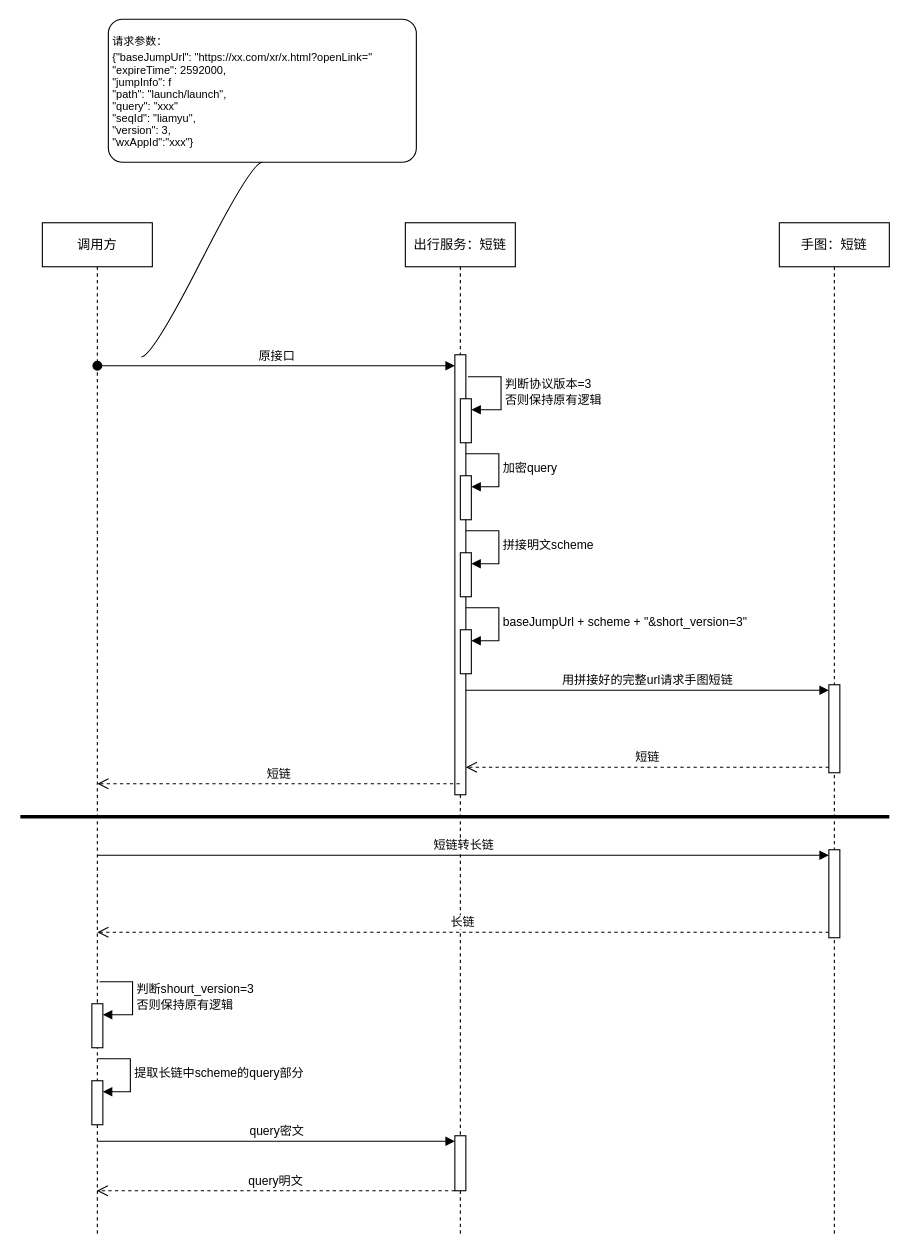
wangziji/graphics keeps this draw.io diagram as 微信短链.drawio. Above is the earlier version. Source tidied: cells renumbered, new cells numbered last; positions are measured from the earlier drawing's top-left corner, leaving out a move shared by most shapes. Both pictures are drawn from the tidied source at 110%, with x=0, y=0 at pixel (20, 19).
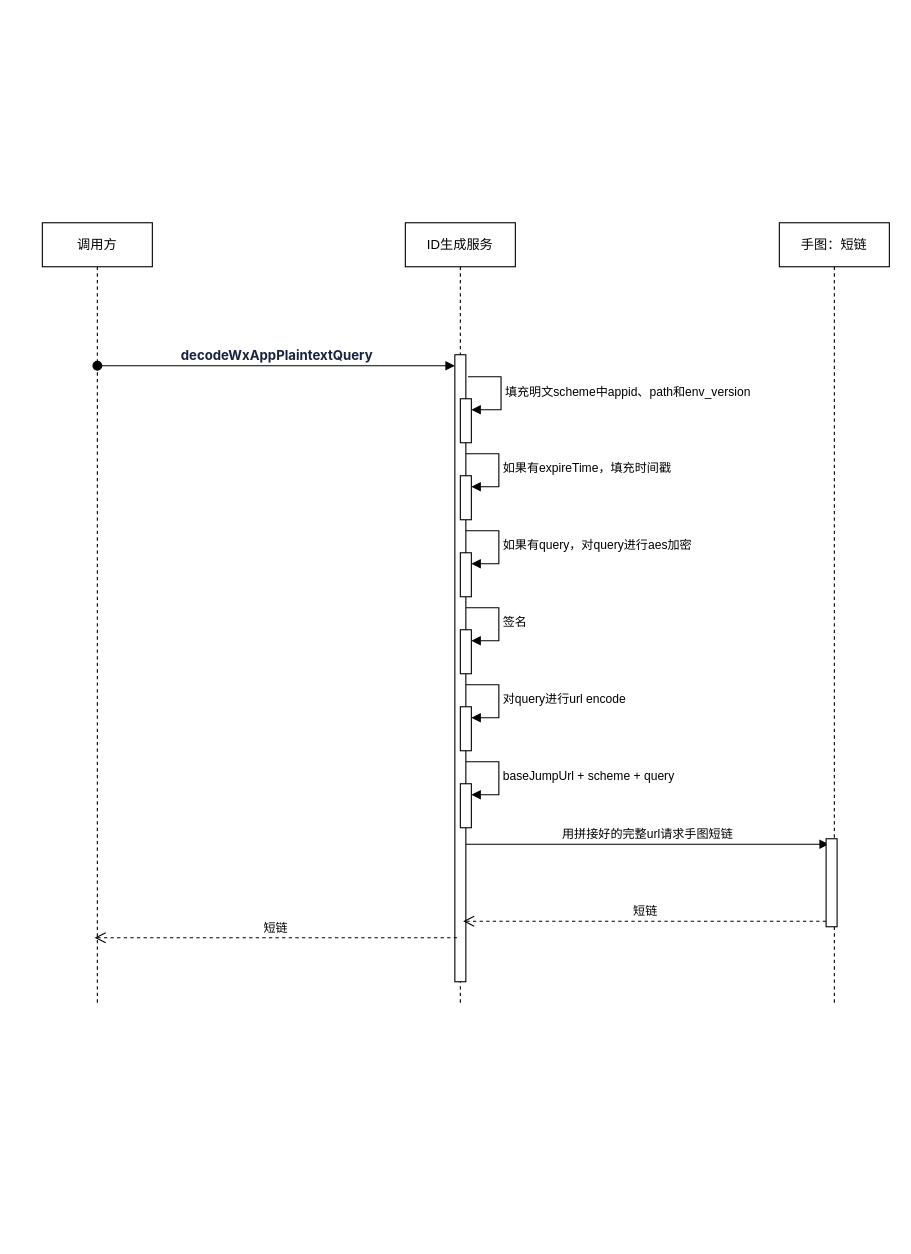
The same page after the edit.

Commit message:
更新微信短链.drawio

Unchanged cells that the change refers to:
```xml
<mxCell id="9" style="html=1;points=[[0,0,0,0,5],[0,1,0,0,-5],[1,0,0,0,5],[1,1,0,0,-5]];perimeter=orthogonalPerimeter;outlineConnect=0;targetShapes=umlLifeline;portConstraint=eastwest;newEdgeStyle={&quot;curved&quot;:0,&quot;rounded&quot;:0};" parent="7" vertex="1">
  <mxGeometry x="50" y="160" width="10" height="40" as="geometry" />
</mxCell>
<mxCell id="11" style="html=1;points=[[0,0,0,0,5],[0,1,0,0,-5],[1,0,0,0,5],[1,1,0,0,-5]];perimeter=orthogonalPerimeter;outlineConnect=0;targetShapes=umlLifeline;portConstraint=eastwest;newEdgeStyle={&quot;curved&quot;:0,&quot;rounded&quot;:0};" parent="7" vertex="1">
  <mxGeometry x="50" y="230" width="10" height="40" as="geometry" />
</mxCell>
<mxCell id="13" style="html=1;points=[[0,0,0,0,5],[0,1,0,0,-5],[1,0,0,0,5],[1,1,0,0,-5]];perimeter=orthogonalPerimeter;outlineConnect=0;targetShapes=umlLifeline;portConstraint=eastwest;newEdgeStyle={&quot;curved&quot;:0,&quot;rounded&quot;:0};" parent="7" vertex="1">
  <mxGeometry x="50" y="300" width="10" height="40" as="geometry" />
</mxCell>
```

What changed in the source:
```diff
@@
     <mxCell id="2" value="调用方" style="shape=umlLifeline;perimeter=lifelinePerimeter;whiteSpace=wrap;html=1;outlineConnect=0;portConstraint=eastwest;newEdgeStyle={&quot;edgeStyle&quot;:&quot;elbowEdgeStyle&quot;,&quot;elbow&quot;:&quot;vertical&quot;,&quot;curved&quot;:0,&quot;rounded&quot;:0};" parent="1" vertex="1">
-      <mxGeometry x="20" y="185" width="100" height="920" as="geometry" />
+      <mxGeometry x="20" y="185" width="100" height="710" as="geometry" />
     </mxCell>
-    <mxCell id="3" style="html=1;points=[[0,0,0,0,5],[0,1,0,0,-5],[1,0,0,0,5],[1,1,0,0,-5]];perimeter=orthogonalPerimeter;outlineConnect=0;targetShapes=umlLifeline;portConstraint=eastwest;newEdgeStyle={&quot;curved&quot;:0,&quot;rounded&quot;:0};" parent="2" vertex="1">
-      <mxGeometry x="45" y="710" width="10" height="40" as="geometry" />
-    </mxCell>
-    <mxCell id="4" value="判断shourt_version=3&lt;div&gt;否则保持原有逻辑&lt;/div&gt;" style="html=1;align=left;spacingLeft=2;endArrow=block;rounded=0;edgeStyle=orthogonalEdgeStyle;curved=0;rounded=0;" parent="2" edge="1" target="3">
-      <mxGeometry relative="1" as="geometry">
-        <mxPoint x="52" y="690" as="sourcePoint" />
-        <Array as="points">
-          <mxPoint x="82" y="720" />
-        </Array>
-      </mxGeometry>
-    </mxCell>
-    <mxCell id="5" style="html=1;points=[[0,0,0,0,5],[0,1,0,0,-5],[1,0,0,0,5],[1,1,0,0,-5]];perimeter=orthogonalPerimeter;outlineConnect=0;targetShapes=umlLifeline;portConstraint=eastwest;newEdgeStyle={&quot;curved&quot;:0,&quot;rounded&quot;:0};" parent="2" vertex="1">
-      <mxGeometry x="45" y="780" width="10" height="40" as="geometry" />
-    </mxCell>
-    <mxCell id="6" value="提取长链中scheme的query部分" style="html=1;align=left;spacingLeft=2;endArrow=block;rounded=0;edgeStyle=orthogonalEdgeStyle;curved=0;rounded=0;" parent="2" edge="1" target="5">
-      <mxGeometry relative="1" as="geometry">
-        <mxPoint x="50" y="760" as="sourcePoint" />
-        <Array as="points">
-          <mxPoint x="80" y="790" />
-        </Array>
-      </mxGeometry>
-    </mxCell>
-    <mxCell id="7" value="出行服务：短链" style="shape=umlLifeline;perimeter=lifelinePerimeter;whiteSpace=wrap;html=1;outlineConnect=0;portConstraint=eastwest;newEdgeStyle={&quot;edgeStyle&quot;:&quot;elbowEdgeStyle&quot;,&quot;elbow&quot;:&quot;vertical&quot;,&quot;curved&quot;:0,&quot;rounded&quot;:0};" parent="1" vertex="1">
-      <mxGeometry x="350" y="185" width="100" height="920" as="geometry" />
+    <mxCell id="7" value="ID生成服务" style="shape=umlLifeline;perimeter=lifelinePerimeter;whiteSpace=wrap;html=1;outlineConnect=0;portConstraint=eastwest;newEdgeStyle={&quot;edgeStyle&quot;:&quot;elbowEdgeStyle&quot;,&quot;elbow&quot;:&quot;vertical&quot;,&quot;curved&quot;:0,&quot;rounded&quot;:0};" parent="1" vertex="1">
+      <mxGeometry x="350" y="185" width="100" height="710" as="geometry" />
     </mxCell>
     <mxCell id="8" style="html=1;points=[];perimeter=orthogonalPerimeter;outlineConnect=0;targetShapes=umlLifeline;portConstraint=eastwest;newEdgeStyle={&quot;edgeStyle&quot;:&quot;elbowEdgeStyle&quot;,&quot;elbow&quot;:&quot;vertical&quot;,&quot;curved&quot;:0,&quot;rounded&quot;:0};" parent="7" vertex="1">
-      <mxGeometry x="45" y="120" width="10" height="400" as="geometry" />
+      <mxGeometry x="45" y="120" width="10" height="570" as="geometry" />
     </mxCell>
@@
-    <mxCell id="10" value="判断协议版本=3&lt;div&gt;否则保持原有逻辑&lt;/div&gt;" style="html=1;align=left;spacingLeft=2;endArrow=block;rounded=0;edgeStyle=orthogonalEdgeStyle;curved=0;rounded=0;" parent="7" edge="1" target="9">
-      <mxGeometry relative="1" as="geometry">
+    <mxCell id="10" value="填充明文scheme中appid、path和env_version" style="html=1;align=left;spacingLeft=2;endArrow=block;rounded=0;edgeStyle=orthogonalEdgeStyle;curved=0;rounded=0;" parent="7" edge="1" target="9">
+      <mxGeometry x="0.01" relative="1" as="geometry">
         <mxPoint x="57" y="140" as="sourcePoint" />
         <Array as="points">
           <mxPoint x="87" y="170" />
         </Array>
       </mxGeometry>
     </mxCell>
@@
-    <mxCell id="12" value="加密query" style="html=1;align=left;spacingLeft=2;endArrow=block;rounded=0;edgeStyle=orthogonalEdgeStyle;curved=0;rounded=0;" parent="7" edge="1" target="11">
+    <mxCell id="12" value="如果有expireTime，填充时间戳" style="html=1;align=left;spacingLeft=2;endArrow=block;rounded=0;edgeStyle=orthogonalEdgeStyle;curved=0;rounded=0;" parent="7" edge="1" target="11">
       <mxGeometry relative="1" as="geometry">
         <mxPoint x="55" y="210" as="sourcePoint" />
         <Array as="points">
           <mxPoint x="85" y="240" />
         </Array>
       </mxGeometry>
     </mxCell>
@@
-    <mxCell id="14" value="拼接明文scheme" style="html=1;align=left;spacingLeft=2;endArrow=block;rounded=0;edgeStyle=orthogonalEdgeStyle;curved=0;rounded=0;" parent="7" edge="1" target="13">
+    <mxCell id="14" value="如果有query，对query进行aes加密" style="html=1;align=left;spacingLeft=2;endArrow=block;rounded=0;edgeStyle=orthogonalEdgeStyle;curved=0;rounded=0;" parent="7" edge="1" target="13">
       <mxGeometry relative="1" as="geometry">
         <mxPoint x="55" y="280" as="sourcePoint" />
         <Array as="points">
           <mxPoint x="85" y="310" />
         </Array>
       </mxGeometry>
     </mxCell>
+    <mxCell id="32" style="html=1;points=[[0,0,0,0,5],[0,1,0,0,-5],[1,0,0,0,5],[1,1,0,0,-5]];perimeter=orthogonalPerimeter;outlineConnect=0;targetShapes=umlLifeline;portConstraint=eastwest;newEdgeStyle={&quot;curved&quot;:0,&quot;rounded&quot;:0};" parent="7" vertex="1">
+      <mxGeometry x="50" y="370" width="10" height="40" as="geometry" />
+    </mxCell>
+    <mxCell id="33" value="签名" style="html=1;align=left;spacingLeft=2;endArrow=block;rounded=0;edgeStyle=orthogonalEdgeStyle;curved=0;rounded=0;" parent="7" edge="1" target="32">
+      <mxGeometry relative="1" as="geometry">
+        <mxPoint x="55" y="350" as="sourcePoint" />
+        <Array as="points">
+          <mxPoint x="85" y="380" />
+        </Array>
+      </mxGeometry>
+    </mxCell>
+    <mxCell id="34" style="html=1;points=[[0,0,0,0,5],[0,1,0,0,-5],[1,0,0,0,5],[1,1,0,0,-5]];perimeter=orthogonalPerimeter;outlineConnect=0;targetShapes=umlLifeline;portConstraint=eastwest;newEdgeStyle={&quot;curved&quot;:0,&quot;rounded&quot;:0};" parent="7" vertex="1">
+      <mxGeometry x="50" y="440" width="10" height="40" as="geometry" />
+    </mxCell>
+    <mxCell id="35" value="对query进行url encode" style="html=1;align=left;spacingLeft=2;endArrow=block;rounded=0;edgeStyle=orthogonalEdgeStyle;curved=0;rounded=0;" parent="7" edge="1" target="34">
+      <mxGeometry relative="1" as="geometry">
+        <mxPoint x="55" y="420" as="sourcePoint" />
+        <Array as="points">
+          <mxPoint x="85" y="450" />
+        </Array>
+      </mxGeometry>
+    </mxCell>
     <mxCell id="15" style="html=1;points=[[0,0,0,0,5],[0,1,0,0,-5],[1,0,0,0,5],[1,1,0,0,-5]];perimeter=orthogonalPerimeter;outlineConnect=0;targetShapes=umlLifeline;portConstraint=eastwest;newEdgeStyle={&quot;curved&quot;:0,&quot;rounded&quot;:0};" parent="7" vertex="1">
-      <mxGeometry x="50" y="370" width="10" height="40" as="geometry" />
+      <mxGeometry x="50" y="510" width="10" height="40" as="geometry" />
     </mxCell>
-    <mxCell id="16" value="baseJumpUrl + scheme + &quot;&amp;amp;short_version=3&quot;" style="html=1;align=left;spacingLeft=2;endArrow=block;rounded=0;edgeStyle=orthogonalEdgeStyle;curved=0;rounded=0;" parent="7" edge="1" target="15">
-      <mxGeometry relative="1" as="geometry">
-        <mxPoint x="55" y="350" as="sourcePoint" />
+    <mxCell id="16" value="baseJumpUrl + scheme + query" style="html=1;align=left;spacingLeft=2;endArrow=block;rounded=0;edgeStyle=orthogonalEdgeStyle;curved=0;rounded=0;" parent="7" edge="1" target="15">
+      <mxGeometry x="0.01" relative="1" as="geometry">
+        <mxPoint x="55" y="490" as="sourcePoint" />
         <Array as="points">
-          <mxPoint x="85" y="380" />
+          <mxPoint x="85" y="520" />
         </Array>
       </mxGeometry>
     </mxCell>
-    <mxCell id="17" style="html=1;points=[[0,0,0,0,5],[0,1,0,0,-5],[1,0,0,0,5],[1,1,0,0,-5]];perimeter=orthogonalPerimeter;outlineConnect=0;targetShapes=umlLifeline;portConstraint=eastwest;newEdgeStyle={&quot;curved&quot;:0,&quot;rounded&quot;:0};" parent="7" vertex="1">
-      <mxGeometry x="45" y="830" width="10" height="50" as="geometry" />
-    </mxCell>
+    <mxCell id="24" value="用拼接好的完整url请求手图短链" style="html=1;verticalAlign=bottom;endArrow=block;curved=0;rounded=0;entryX=0;entryY=0;entryDx=0;entryDy=5;" parent="7" edge="1">
+      <mxGeometry relative="1" as="geometry">
+        <mxPoint x="55" y="565" as="sourcePoint" />
+        <mxPoint x="385" y="565" as="targetPoint" />
+      </mxGeometry>
+    </mxCell>
     <mxCell id="18" value="手图：短链" style="shape=umlLifeline;perimeter=lifelinePerimeter;whiteSpace=wrap;html=1;newEdgeStyle={&quot;edgeStyle&quot;:&quot;elbowEdgeStyle&quot;,&quot;elbow&quot;:&quot;vertical&quot;,&quot;curved&quot;:0,&quot;rounded&quot;:0};" parent="1" vertex="1">
-      <mxGeometry x="690" y="185" width="100" height="920" as="geometry" />
+      <mxGeometry x="690" y="185" width="100" height="710" as="geometry" />
     </mxCell>
     <mxCell id="19" style="html=1;points=[[0,0,0,0,5],[0,1,0,0,-5],[1,0,0,0,5],[1,1,0,0,-5]];perimeter=orthogonalPerimeter;outlineConnect=0;targetShapes=umlLifeline;portConstraint=eastwest;newEdgeStyle={&quot;curved&quot;:0,&quot;rounded&quot;:0};" parent="18" vertex="1">
-      <mxGeometry x="45" y="420" width="10" height="80" as="geometry" />
+      <mxGeometry x="42.5" y="560" width="10" height="80" as="geometry" />
     </mxCell>
-    <mxCell id="20" style="html=1;points=[[0,0,0,0,5],[0,1,0,0,-5],[1,0,0,0,5],[1,1,0,0,-5]];perimeter=orthogonalPerimeter;outlineConnect=0;targetShapes=umlLifeline;portConstraint=eastwest;newEdgeStyle={&quot;curved&quot;:0,&quot;rounded&quot;:0};" parent="18" vertex="1">
-      <mxGeometry x="45" y="570" width="10" height="80" as="geometry" />
-    </mxCell>
-    <mxCell id="21" value="原接口" style="html=1;verticalAlign=bottom;startArrow=oval;endArrow=block;startSize=8;edgeStyle=elbowEdgeStyle;elbow=vertical;curved=0;rounded=0;" parent="1" edge="1" target="8">
-      <mxGeometry relative="1" as="geometry">
-        <mxPoint x="70" y="315" as="sourcePoint" />
-      </mxGeometry>
-    </mxCell>
-    <mxCell id="22" value="&lt;font style=&quot;font-size: 10px;&quot;&gt;请求参数：&lt;br&gt;{&lt;span style=&quot;background-color: initial;&quot;&gt;&quot;baseJumpUrl&quot;: &quot;https://xx.com/xr/x.html?openLink=&quot;&lt;/span&gt;&lt;br&gt;&lt;/font&gt;&lt;p style=&quot;margin: 0px; font-variant-numeric: normal; font-variant-east-asian: normal; font-variant-alternates: normal; font-kerning: auto; font-optical-sizing: auto; font-feature-settings: normal; font-variation-settings: normal; font-variant-position: normal; font-stretch: normal; line-height: normal; font-size: 10px;&quot; class=&quot;p1&quot;&gt;&lt;font style=&quot;font-size: 10px;&quot;&gt;&quot;expireTime&quot;: 2592000,&lt;/font&gt;&lt;/p&gt;&lt;p style=&quot;margin: 0px; font-variant-numeric: normal; font-variant-east-asian: normal; font-variant-alternates: normal; font-kerning: auto; font-optical-sizing: auto; font-feature-settings: normal; font-variation-settings: normal; font-variant-position: normal; font-stretch: normal; line-height: normal; font-size: 10px;&quot; class=&quot;p1&quot;&gt;&lt;font style=&quot;font-size: 10px;&quot;&gt;&quot;jumpInfo&quot;: f&lt;/font&gt;&lt;/p&gt;&lt;p style=&quot;margin: 0px; font-variant-numeric: normal; font-variant-east-asian: normal; font-variant-alternates: normal; font-kerning: auto; font-optical-sizing: auto; font-feature-settings: normal; font-variation-settings: normal; font-variant-position: normal; font-stretch: normal; line-height: normal; font-size: 10px;&quot; class=&quot;p1&quot;&gt;&lt;font style=&quot;font-size: 10px;&quot;&gt;&quot;path&quot;: &quot;launch/launch&quot;,&lt;/font&gt;&lt;/p&gt;&lt;p style=&quot;margin: 0px; font-variant-numeric: normal; font-variant-east-asian: normal; font-variant-alternates: normal; font-kerning: auto; font-optical-sizing: auto; font-feature-settings: normal; font-variation-settings: normal; font-variant-position: normal; font-stretch: normal; line-height: normal; font-size: 10px;&quot; class=&quot;p1&quot;&gt;&lt;font style=&quot;font-size: 10px;&quot;&gt;&quot;query&quot;: &quot;xxx&quot;&lt;/font&gt;&lt;/p&gt;&lt;p style=&quot;margin: 0px; font-variant-numeric: normal; font-variant-east-asian: normal; font-variant-alternates: normal; font-kerning: auto; font-optical-sizing: auto; font-feature-settings: normal; font-variation-settings: normal; font-variant-position: normal; font-stretch: normal; line-height: normal; font-size: 10px;&quot; class=&quot;p1&quot;&gt;&lt;font style=&quot;font-size: 10px;&quot;&gt;&quot;seqId&quot;: &quot;liamyu&quot;,&lt;/font&gt;&lt;/p&gt;&lt;p style=&quot;margin: 0px; font-variant-numeric: normal; font-variant-east-asian: normal; font-variant-alternates: normal; font-kerning: auto; font-optical-sizing: auto; font-feature-settings: normal; font-variation-settings: normal; font-variant-position: normal; font-stretch: normal; line-height: normal; font-size: 10px;&quot; class=&quot;p1&quot;&gt;&lt;font style=&quot;font-size: 10px;&quot;&gt;&quot;version&quot;: 3,&lt;/font&gt;&lt;/p&gt;&lt;p style=&quot;margin: 0px; font-variant-numeric: normal; font-variant-east-asian: normal; font-variant-alternates: normal; font-kerning: auto; font-optical-sizing: auto; font-feature-settings: normal; font-variation-settings: normal; font-variant-position: normal; font-stretch: normal; line-height: normal; font-size: 10px;&quot; class=&quot;p1&quot;&gt;&lt;font style=&quot;font-size: 10px;&quot;&gt;&quot;wxAppId&quot;:&quot;xxx&quot;}&lt;/font&gt;&lt;/p&gt;" style="whiteSpace=wrap;html=1;rounded=1;arcSize=10;align=left;verticalAlign=middle;strokeWidth=1;spacing=4;newEdgeStyle={&quot;edgeStyle&quot;:&quot;entityRelationEdgeStyle&quot;,&quot;startArrow&quot;:&quot;none&quot;,&quot;endArrow&quot;:&quot;none&quot;,&quot;segment&quot;:10,&quot;curved&quot;:1,&quot;sourcePerimeterSpacing&quot;:0,&quot;targetPerimeterSpacing&quot;:0};" parent="1" vertex="1">
-      <mxGeometry x="80" width="280" height="130" as="geometry" />
-    </mxCell>
-    <mxCell id="23" style="edgeStyle=entityRelationEdgeStyle;startArrow=none;endArrow=none;segment=10;curved=1;sourcePerimeterSpacing=0;targetPerimeterSpacing=0;rounded=0;entryX=0.5;entryY=1;entryDx=0;entryDy=0;" parent="1" edge="1" target="22">
-      <mxGeometry relative="1" as="geometry">
-        <mxPoint x="110" y="307" as="sourcePoint" />
-      </mxGeometry>
-    </mxCell>
-    <mxCell id="24" value="用拼接好的完整url请求手图短链" style="html=1;verticalAlign=bottom;endArrow=block;curved=0;rounded=0;entryX=0;entryY=0;entryDx=0;entryDy=5;" parent="1" edge="1" source="8" target="19">
-      <mxGeometry relative="1" as="geometry" />
-    </mxCell>
-    <mxCell id="25" value="短链" style="html=1;verticalAlign=bottom;endArrow=open;dashed=1;endSize=8;curved=0;rounded=0;exitX=0;exitY=1;exitDx=0;exitDy=-5;" parent="1" edge="1" source="19" target="8">
-      <mxGeometry relative="1" as="geometry" />
+    <mxCell id="25" value="短链" style="html=1;verticalAlign=bottom;endArrow=open;dashed=1;endSize=8;curved=0;rounded=0;exitX=0;exitY=1;exitDx=0;exitDy=-5;" parent="18" edge="1" source="19">
+      <mxGeometry relative="1" as="geometry">
+        <mxPoint x="-287.5" y="635" as="targetPoint" />
+      </mxGeometry>
     </mxCell>
-    <mxCell id="26" value="短链" style="html=1;verticalAlign=bottom;endArrow=open;dashed=1;endSize=8;curved=0;rounded=0;" parent="1" edge="1" source="7">
+    <mxCell id="26" value="短链" style="html=1;verticalAlign=bottom;endArrow=open;dashed=1;endSize=8;curved=0;rounded=0;" parent="18" edge="1">
       <mxGeometry relative="1" as="geometry">
-        <mxPoint x="70" y="695" as="targetPoint" />
+        <mxPoint x="-293" y="650" as="sourcePoint" />
+        <mxPoint x="-622.5" y="650" as="targetPoint" />
       </mxGeometry>
     </mxCell>
-    <mxCell id="27" value="短链转长链" style="html=1;verticalAlign=bottom;endArrow=block;curved=0;rounded=0;entryX=0;entryY=0;entryDx=0;entryDy=5;" parent="1" edge="1" target="20">
-      <mxGeometry relative="1" as="geometry">
-        <mxPoint x="70" y="760" as="sourcePoint" />
-      </mxGeometry>
-    </mxCell>
-    <mxCell id="28" value="长链" style="html=1;verticalAlign=bottom;endArrow=open;dashed=1;endSize=8;curved=0;rounded=0;exitX=0;exitY=1;exitDx=0;exitDy=-5;" parent="1" edge="1" source="20">
-      <mxGeometry relative="1" as="geometry">
-        <mxPoint x="70" y="830" as="targetPoint" />
-      </mxGeometry>
-    </mxCell>
-    <mxCell id="29" value="query密文" style="html=1;verticalAlign=bottom;endArrow=block;curved=0;rounded=0;entryX=0;entryY=0;entryDx=0;entryDy=5;" parent="1" edge="1" target="17">
-      <mxGeometry relative="1" as="geometry">
-        <mxPoint x="70" y="1020" as="sourcePoint" />
-      </mxGeometry>
-    </mxCell>
-    <mxCell id="30" value="query明文" style="html=1;verticalAlign=bottom;endArrow=open;dashed=1;endSize=8;curved=0;rounded=0;" parent="1" edge="1" source="17" target="2">
-      <mxGeometry relative="1" as="geometry">
-        <Array as="points">
-          <mxPoint x="110" y="1065" />
-        </Array>
-      </mxGeometry>
-    </mxCell>
-    <mxCell id="31" style="endArrow=none;html=1;rounded=0;strokeWidth=3;" parent="1" edge="1">
-      <mxGeometry relative="1" as="geometry">
-        <mxPoint y="725" as="sourcePoint" />
-        <mxPoint x="790" y="725" as="targetPoint" />
-      </mxGeometry>
-    </mxCell>
+    <mxCell id="21" value="&lt;span style=&quot;color: rgba(0, 10, 41, 0.9); font-family: &amp;quot;PingFang SC&amp;quot;, -apple-system, &amp;quot;system-ui&amp;quot;, &amp;quot;Segoe UI&amp;quot;, Roboto, Oxygen, Ubuntu, Cantarell, &amp;quot;Fira Sans&amp;quot;, &amp;quot;Droid Sans&amp;quot;, &amp;quot;Helvetica Neue&amp;quot;, sans-serif; font-weight: 700; text-align: start; word-spacing: 1px;&quot;&gt;&lt;font style=&quot;font-size: 12px;&quot;&gt;decodeWxAppPlaintextQuery&lt;/font&gt;&lt;/span&gt;" style="html=1;verticalAlign=bottom;startArrow=oval;endArrow=block;startSize=8;edgeStyle=elbowEdgeStyle;elbow=vertical;curved=0;rounded=0;" parent="1" edge="1" target="8">
+      <mxGeometry relative="1" as="geometry">
+        <mxPoint x="70" y="315" as="sourcePoint" />
+      </mxGeometry>
+    </mxCell>
```
